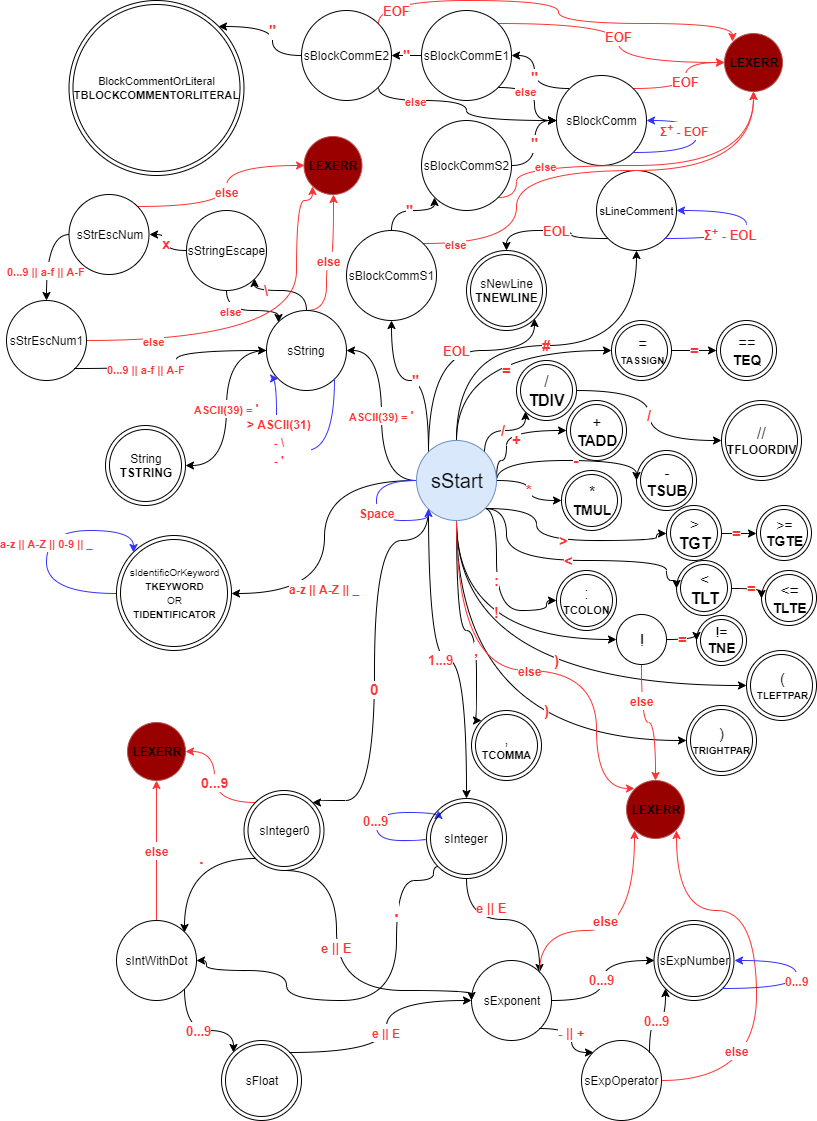
Earlier version of the draw.io export automat.png (mlorinc/ifj19). Source tidied: cells renumbered, new cells last; positions are measured from the earlier drawing's top-left corner, leaving out a move shared by most shapes.
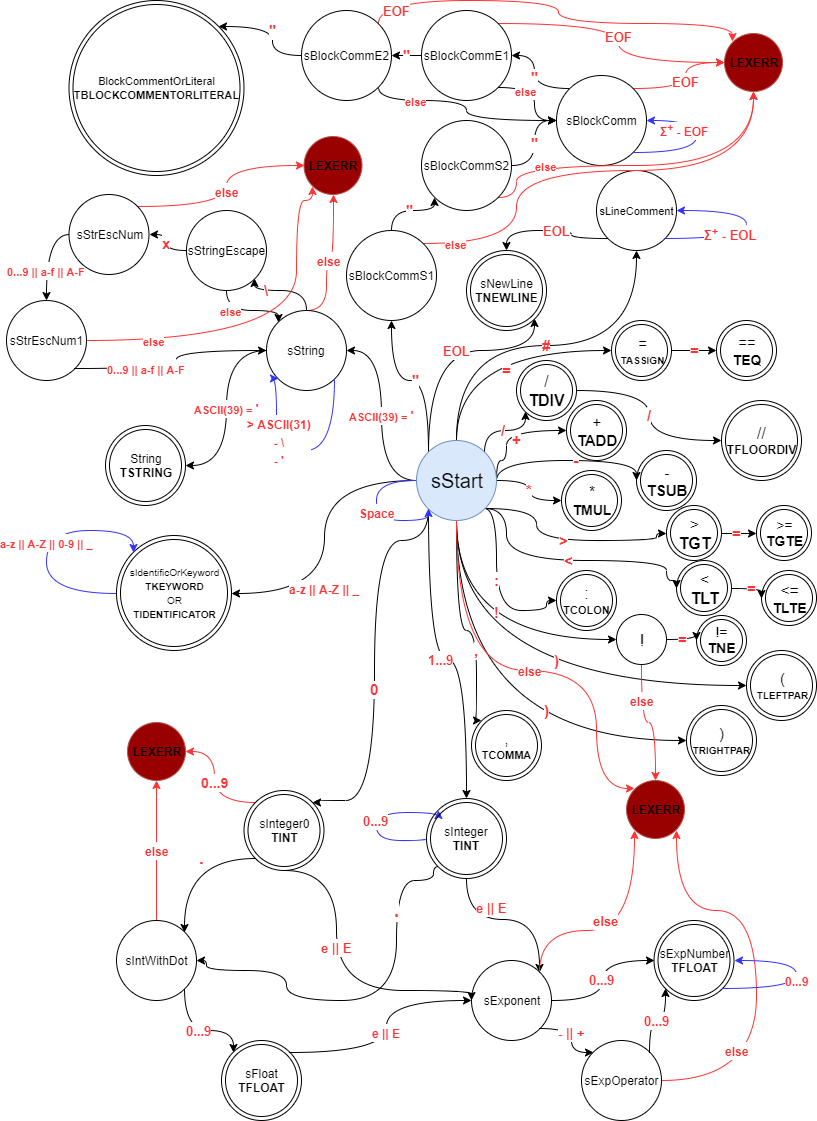
Later version of the same file.

The edit, as a diff of the source:
```diff
@@ -387,7 +387,7 @@
         </Array>
       </mxGeometry>
     </mxCell>
-    <mxCell id="84" value="sInteger0" style="ellipse;shape=doubleEllipse;whiteSpace=wrap;html=1;fillColor=none;" parent="1" vertex="1">
+    <mxCell id="84" value="sInteger0&lt;br&gt;&lt;b&gt;TINT&lt;/b&gt;" style="ellipse;shape=doubleEllipse;whiteSpace=wrap;html=1;fillColor=none;" parent="1" vertex="1">
       <mxGeometry x="237.5" y="790" width="80" height="80" as="geometry" />
     </mxCell>
     <mxCell id="85" value="&lt;b&gt;&lt;font style=&quot;font-size: 12px&quot;&gt;else&lt;/font&gt;&lt;/b&gt;" style="edgeStyle=orthogonalEdgeStyle;curved=1;rounded=0;jettySize=auto;html=1;exitX=0.5;exitY=0;exitDx=0;exitDy=0;entryX=0.5;entryY=1;entryDx=0;entryDy=0;fontSize=15;fontColor=#FF3333;strokeColor=#FF3333;" parent="1" edge="1" source="87" target="88">
@@ -437,10 +437,10 @@
     <mxCell id="94" value="&lt;b&gt;&lt;font style=&quot;font-size: 12px&quot;&gt;e || E&lt;/font&gt;&lt;/b&gt;" style="edgeStyle=orthogonalEdgeStyle;curved=1;rounded=0;jettySize=auto;html=1;exitX=1;exitY=0;exitDx=0;exitDy=0;entryX=0;entryY=0.5;entryDx=0;entryDy=0;fontSize=15;fontColor=#FF3333;" parent="1" edge="1" source="95" target="92">
       <mxGeometry relative="1" as="geometry" />
     </mxCell>
-    <mxCell id="95" value="sFloat" style="ellipse;shape=doubleEllipse;whiteSpace=wrap;html=1;fillColor=none;" parent="1" vertex="1">
+    <mxCell id="95" value="sFloat&lt;br&gt;&lt;b&gt;TFLOAT&lt;/b&gt;" style="ellipse;shape=doubleEllipse;whiteSpace=wrap;html=1;fillColor=none;" parent="1" vertex="1">
       <mxGeometry x="215" y="1040" width="80" height="80" as="geometry" />
     </mxCell>
-    <mxCell id="96" value="sExpNumber" style="ellipse;shape=doubleEllipse;whiteSpace=wrap;html=1;fillColor=none;" parent="1" vertex="1">
+    <mxCell id="96" value="sExpNumber&lt;br&gt;&lt;b&gt;TFLOAT&lt;/b&gt;" style="ellipse;shape=doubleEllipse;whiteSpace=wrap;html=1;fillColor=none;" parent="1" vertex="1">
       <mxGeometry x="647.5" y="920" width="80" height="80" as="geometry" />
     </mxCell>
     <mxCell id="97" value="&lt;b&gt;&lt;font style=&quot;font-size: 13px&quot;&gt;0...9&lt;/font&gt;&lt;/b&gt;" style="edgeStyle=orthogonalEdgeStyle;curved=1;rounded=0;jettySize=auto;html=1;exitX=1;exitY=0;exitDx=0;exitDy=0;entryX=0;entryY=1;entryDx=0;entryDy=0;fontSize=15;fontColor=#FF3333;" parent="1" edge="1" source="99" target="96">
@@ -514,7 +514,7 @@
     <mxCell id="112" value="sStrEscNum1" style="ellipse;whiteSpace=wrap;html=1;fillColor=none;" parent="1" vertex="1">
       <mxGeometry y="300" width="80" height="80" as="geometry" />
     </mxCell>
-    <mxCell id="113" value="sInteger" style="ellipse;shape=doubleEllipse;whiteSpace=wrap;html=1;fillColor=none;" parent="1" vertex="1">
+    <mxCell id="113" value="sInteger&lt;br&gt;&lt;b&gt;TINT&lt;/b&gt;" style="ellipse;shape=doubleEllipse;whiteSpace=wrap;html=1;fillColor=none;" parent="1" vertex="1">
       <mxGeometry x="420" y="798" width="80" height="80" as="geometry" />
     </mxCell>
   </root>
```
